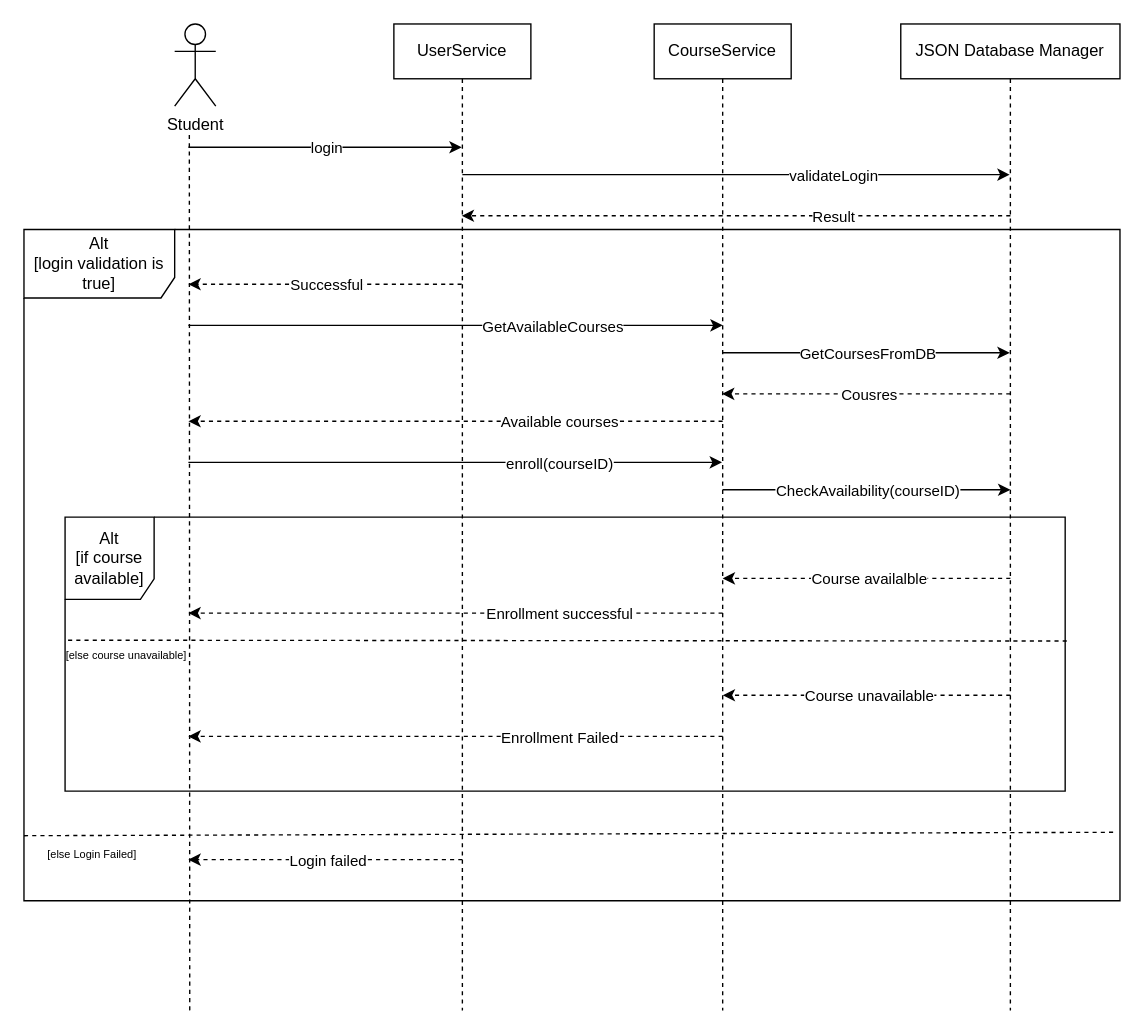
Above: Sequence Diagram.drawio in Ayman71/SkillForge-UML-Design (draw.io), before the change. Source tidied: cells renumbered, new cells numbered last; positions are measured from the earlier drawing's top-left corner, leaving out a move shared by most shapes. Both pictures are drawn from the tidied source at 137%, with x=0, y=0 at pixel (23, 23).
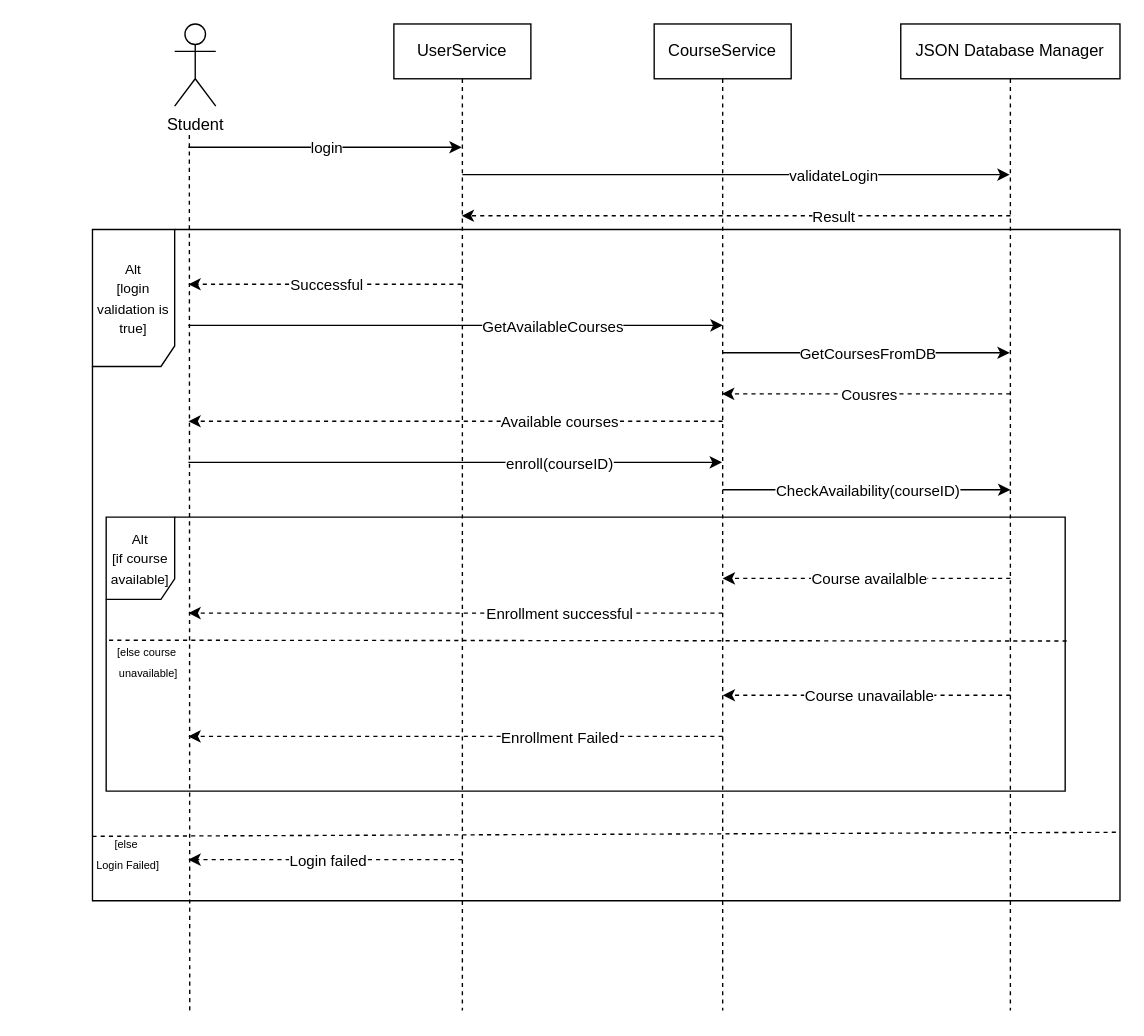
After the change.

What changed in the source:
```diff
@@
-    <mxCell id="27" value="Alt&lt;br&gt;[login validation is true]" style="shape=umlFrame;whiteSpace=wrap;html=1;width=110;height=50;" parent="1" vertex="1">
-      <mxGeometry y="150" width="800" height="490" as="geometry" />
+    <mxCell id="27" value="&lt;font style=&quot;font-size: 10px;&quot;&gt;Alt&lt;br&gt;[login validation is true]&lt;/font&gt;" style="shape=umlFrame;whiteSpace=wrap;html=1;width=60;height=100;" parent="1" vertex="1">
+      <mxGeometry x="50" y="150" width="750" height="490" as="geometry" />
     </mxCell>
@@
-    <mxCell id="30" value="Alt&lt;br&gt;[if course available]" style="shape=umlFrame;whiteSpace=wrap;html=1;width=65;height=60;" parent="1" vertex="1">
-      <mxGeometry x="30" y="360" width="730" height="200" as="geometry" />
+    <mxCell id="30" value="&lt;font style=&quot;font-size: 10px;&quot;&gt;Alt&lt;br&gt;[if course available]&lt;/font&gt;" style="shape=umlFrame;whiteSpace=wrap;html=1;width=50;height=60;" parent="1" vertex="1">
+      <mxGeometry x="60" y="360" width="700" height="200" as="geometry" />
     </mxCell>
@@
-    <mxCell id="38" style="endArrow=none;dashed=1;html=1;rounded=0;entryX=0.997;entryY=0.665;entryDx=0;entryDy=0;entryPerimeter=0;exitX=0;exitY=0.67;exitDx=0;exitDy=0;exitPerimeter=0;" parent="1" edge="1">
+    <mxCell id="38" style="endArrow=none;dashed=1;html=1;rounded=0;entryX=0.997;entryY=0.665;entryDx=0;entryDy=0;entryPerimeter=0;exitX=0;exitY=0.904;exitDx=0;exitDy=0;exitPerimeter=0;" parent="1" edge="1" source="27">
       <mxGeometry relative="1" as="geometry">
-        <mxPoint y="592.5" as="sourcePoint" />
         <mxPoint x="797.6" y="590" as="targetPoint" />
       </mxGeometry>
     </mxCell>
@@
-    <mxCell id="41" value="&lt;font style=&quot;font-size: 8px;&quot;&gt;[else course unavailable]&lt;/font&gt;" style="text;html=1;whiteSpace=wrap;strokeColor=none;fillColor=none;align=center;verticalAlign=middle;rounded=0;" parent="1" vertex="1">
-      <mxGeometry x="25" y="445" width="100" height="30" as="geometry" />
+    <mxCell id="41" value="&lt;font style=&quot;font-size: 8px;&quot;&gt;[else course&lt;/font&gt;&lt;div&gt;&lt;font style=&quot;font-size: 8px;&quot;&gt;&amp;nbsp;unavailable]&lt;/font&gt;&lt;/div&gt;" style="text;html=1;whiteSpace=wrap;strokeColor=none;fillColor=none;align=center;verticalAlign=middle;rounded=0;" parent="1" vertex="1">
+      <mxGeometry x="40" y="450" width="100" height="30" as="geometry" />
     </mxCell>
-    <mxCell id="42" value="&lt;font style=&quot;font-size: 8px;&quot;&gt;[else Login Failed&lt;/font&gt;&lt;span style=&quot;font-size: 8px; background-color: transparent; color: light-dark(rgb(0, 0, 0), rgb(255, 255, 255));&quot;&gt;]&lt;/span&gt;" style="text;html=1;whiteSpace=wrap;strokeColor=none;fillColor=none;align=center;verticalAlign=middle;rounded=0;" parent="1" vertex="1">
-      <mxGeometry y="590" width="100" height="30" as="geometry" />
+    <mxCell id="42" value="&lt;font style=&quot;font-size: 8px;&quot;&gt;[else&lt;/font&gt;&lt;div&gt;&lt;font style=&quot;font-size: 8px;&quot;&gt;&amp;nbsp;Login Failed&lt;/font&gt;&lt;span style=&quot;font-size: 8px; background-color: transparent; color: light-dark(rgb(0, 0, 0), rgb(255, 255, 255));&quot;&gt;]&lt;/span&gt;&lt;/div&gt;" style="text;html=1;whiteSpace=wrap;strokeColor=none;fillColor=none;align=center;verticalAlign=middle;rounded=0;" parent="1" vertex="1">
+      <mxGeometry x="25" y="590" width="100" height="30" as="geometry" />
     </mxCell>
```
